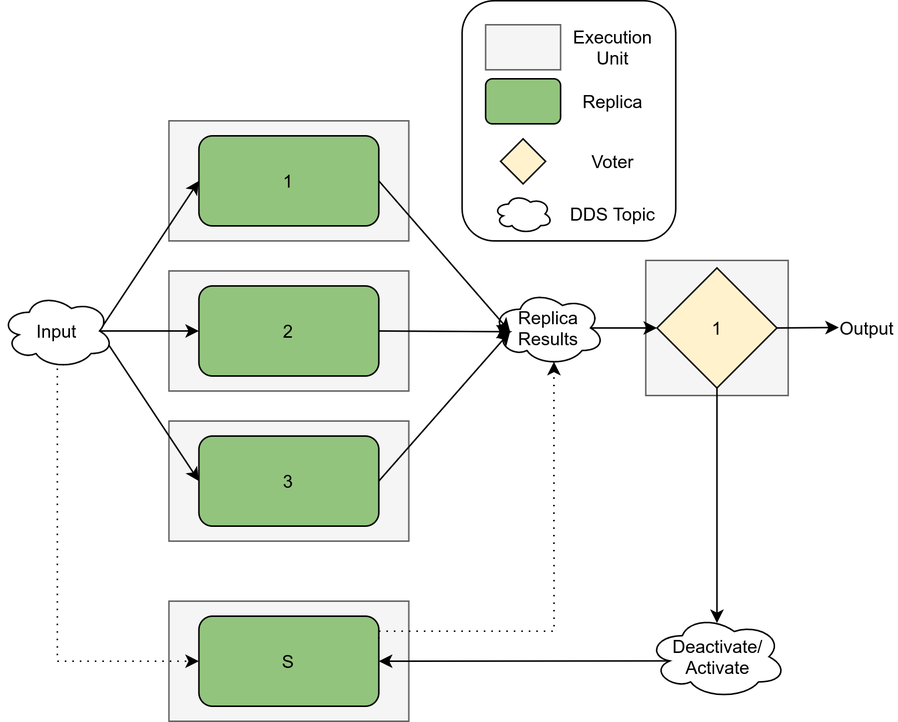
Boffmann/masterThesis keeps this draw.io diagram as images/TMRWithSparesDDS.png. Above is the earlier version. Source tidied: cells renumbered, new cells last; positions are measured from the earlier drawing's top-left corner, leaving out a move shared by most shapes. The source it was exported from:
```xml
<mxGraphModel>
  <root>
    <mxCell id="0" />
    <mxCell id="1" parent="0" />
    <mxCell id="2" style="rounded=0;whiteSpace=wrap;html=1;fillColor=#f5f5f5;strokeColor=#666666;fontColor=#333333;" parent="1" vertex="1">
      <mxGeometry x="430.2" y="173" width="95" height="90" as="geometry" />
    </mxCell>
    <mxCell id="3" style="rounded=0;whiteSpace=wrap;html=1;fillColor=#f5f5f5;strokeColor=#666666;fontColor=#333333;" parent="1" vertex="1">
      <mxGeometry x="112.2" y="180" width="160" height="80" as="geometry" />
    </mxCell>
    <mxCell id="4" style="rounded=0;whiteSpace=wrap;html=1;fillColor=#f5f5f5;strokeColor=#666666;fontColor=#333333;" parent="1" vertex="1">
      <mxGeometry x="112.2" y="80" width="160" height="80" as="geometry" />
    </mxCell>
    <mxCell id="5" value="1" style="rounded=1;whiteSpace=wrap;html=1;fillColor=#93C47D;" parent="1" vertex="1">
      <mxGeometry x="132.2" y="90" width="120" height="60" as="geometry" />
    </mxCell>
    <mxCell id="6" value="2" style="rounded=1;whiteSpace=wrap;html=1;fillColor=#93C47D;" parent="1" vertex="1">
      <mxGeometry x="132.2" y="190" width="120" height="60" as="geometry" />
    </mxCell>
    <mxCell id="7" value="1" style="rhombus;whiteSpace=wrap;html=1;fillColor=#FFF2CC;" parent="1" vertex="1">
      <mxGeometry x="437.8" y="178" width="80" height="80" as="geometry" />
    </mxCell>
    <mxCell id="8" style="endArrow=classic;html=1;exitX=0.875;exitY=0.5;exitDx=0;exitDy=0;entryX=0;entryY=0.5;entryDx=0;entryDy=0;exitPerimeter=0;" parent="1" edge="1" source="21" target="5">
      <mxGeometry relative="1" as="geometry" />
    </mxCell>
    <mxCell id="9" style="endArrow=classic;html=1;exitX=0.875;exitY=0.5;exitDx=0;exitDy=0;entryX=0;entryY=0.5;entryDx=0;entryDy=0;exitPerimeter=0;" parent="1" edge="1" source="21" target="6">
      <mxGeometry relative="1" as="geometry" />
    </mxCell>
    <mxCell id="10" value="Output" style="text;html=1;strokeColor=none;fillColor=none;align=center;verticalAlign=middle;whiteSpace=wrap;rounded=0;" parent="1" vertex="1">
      <mxGeometry x="557.8" y="208" width="40" height="20" as="geometry" />
    </mxCell>
    <mxCell id="11" style="rounded=0;whiteSpace=wrap;html=1;fillColor=#f5f5f5;strokeColor=#666666;fontColor=#333333;" parent="1" vertex="1">
      <mxGeometry x="112.2" y="280" width="160" height="80" as="geometry" />
    </mxCell>
    <mxCell id="12" value="3" style="rounded=1;whiteSpace=wrap;html=1;fillColor=#93C47D;" parent="1" vertex="1">
      <mxGeometry x="132.2" y="290" width="120" height="60" as="geometry" />
    </mxCell>
    <mxCell id="13" style="endArrow=classic;html=1;exitX=0.875;exitY=0.5;exitDx=0;exitDy=0;entryX=0;entryY=0.5;entryDx=0;entryDy=0;exitPerimeter=0;" parent="1" edge="1" source="21" target="12">
      <mxGeometry relative="1" as="geometry" />
    </mxCell>
    <mxCell id="14" style="rounded=1;whiteSpace=wrap;html=1;" parent="1" vertex="1">
      <mxGeometry x="307.8" width="142.5" height="160" as="geometry" />
    </mxCell>
    <mxCell id="15" style="rounded=0;whiteSpace=wrap;html=1;fillColor=#f5f5f5;strokeColor=#666666;fontColor=#333333;" parent="1" vertex="1">
      <mxGeometry x="323.4" y="16" width="50" height="30" as="geometry" />
    </mxCell>
    <mxCell id="16" value="Execution&lt;br&gt;Unit" style="text;html=1;align=center;verticalAlign=middle;" parent="1" vertex="1">
      <mxGeometry x="373.4" y="16" width="70" height="30" as="geometry" />
    </mxCell>
    <mxCell id="17" style="rounded=1;whiteSpace=wrap;html=1;fillColor=#93C47D;" parent="1" vertex="1">
      <mxGeometry x="323.4" y="52" width="50" height="30" as="geometry" />
    </mxCell>
    <mxCell id="18" value="Replica" style="text;html=1;align=center;verticalAlign=middle;" parent="1" vertex="1">
      <mxGeometry x="378.4" y="57" width="60" height="20" as="geometry" />
    </mxCell>
    <mxCell id="19" style="rhombus;whiteSpace=wrap;html=1;fillColor=#FFF2CC;" parent="1" vertex="1">
      <mxGeometry x="333.4" y="92" width="30" height="30" as="geometry" />
    </mxCell>
    <mxCell id="20" value="Voter" style="text;html=1;align=center;verticalAlign=middle;" parent="1" vertex="1">
      <mxGeometry x="388.4" y="97" width="40" height="20" as="geometry" />
    </mxCell>
    <mxCell id="21" value="Input" style="ellipse;shape=cloud;whiteSpace=wrap;html=1;" parent="1" vertex="1">
      <mxGeometry x="0.2" y="195" width="75" height="50" as="geometry" />
    </mxCell>
    <mxCell id="22" value="Replica&lt;br&gt;Results" style="ellipse;shape=cloud;whiteSpace=wrap;html=1;" parent="1" vertex="1">
      <mxGeometry x="327.8" y="193" width="75" height="50" as="geometry" />
    </mxCell>
    <mxCell id="23" style="endArrow=classic;html=1;entryX=0.16;entryY=0.55;entryDx=0;entryDy=0;exitX=1;exitY=0.5;exitDx=0;exitDy=0;entryPerimeter=0;" parent="1" edge="1" source="5" target="22">
      <mxGeometry relative="1" as="geometry" />
    </mxCell>
    <mxCell id="24" style="endArrow=classic;html=1;entryX=0.16;entryY=0.55;entryDx=0;entryDy=0;exitX=1;exitY=0.5;exitDx=0;exitDy=0;entryPerimeter=0;" parent="1" edge="1" source="6" target="22">
      <mxGeometry relative="1" as="geometry" />
    </mxCell>
    <mxCell id="25" style="endArrow=classic;html=1;exitX=1;exitY=0.5;exitDx=0;exitDy=0;entryX=0.16;entryY=0.55;entryDx=0;entryDy=0;entryPerimeter=0;" parent="1" edge="1" source="12" target="22">
      <mxGeometry relative="1" as="geometry" />
    </mxCell>
    <mxCell id="26" style="endArrow=classic;html=1;entryX=0.033;entryY=0.484;entryDx=0;entryDy=0;entryPerimeter=0;exitX=1;exitY=0.5;exitDx=0;exitDy=0;" parent="1" edge="1" source="7" target="10">
      <mxGeometry relative="1" as="geometry" />
    </mxCell>
    <mxCell id="27" style="endArrow=classic;html=1;exitX=0.875;exitY=0.5;exitDx=0;exitDy=0;exitPerimeter=0;entryX=0;entryY=0.5;entryDx=0;entryDy=0;" parent="1" edge="1" source="22" target="7">
      <mxGeometry relative="1" as="geometry" />
    </mxCell>
    <mxCell id="28" style="ellipse;shape=cloud;whiteSpace=wrap;html=1;" parent="1" vertex="1">
      <mxGeometry x="328.9" y="129" width="39" height="26" as="geometry" />
    </mxCell>
    <mxCell id="29" value="DDS Topic" style="text;html=1;align=center;verticalAlign=middle;" parent="1" vertex="1">
      <mxGeometry x="373.4" y="132" width="70" height="20" as="geometry" />
    </mxCell>
    <mxCell id="30" style="rounded=0;whiteSpace=wrap;html=1;fillColor=#f5f5f5;strokeColor=#666666;fontColor=#333333;" parent="1" vertex="1">
      <mxGeometry x="112.2" y="400" width="160" height="80" as="geometry" />
    </mxCell>
    <mxCell id="31" value="S" style="rounded=1;whiteSpace=wrap;html=1;fillColor=#93C47D;" parent="1" vertex="1">
      <mxGeometry x="132.2" y="410" width="120" height="60" as="geometry" />
    </mxCell>
    <mxCell id="32" style="edgeStyle=orthogonalEdgeStyle;rounded=0;jettySize=auto;html=1;entryX=0;entryY=0.5;entryDx=0;entryDy=0;dashed=1;dashPattern=1 4;" parent="1" edge="1" source="21" target="31">
      <mxGeometry relative="1" as="geometry">
        <Array as="points">
          <mxPoint x="37.8" y="440" />
        </Array>
      </mxGeometry>
    </mxCell>
    <mxCell id="33" style="edgeStyle=orthogonalEdgeStyle;rounded=0;jettySize=auto;html=1;entryX=0.55;entryY=0.95;entryDx=0;entryDy=0;entryPerimeter=0;dashed=1;dashPattern=1 4;exitX=1;exitY=0.25;exitDx=0;exitDy=0;" parent="1" edge="1" source="31" target="22">
      <mxGeometry relative="1" as="geometry">
        <Array as="points">
          <mxPoint x="251.8" y="420" />
          <mxPoint x="368.8" y="420" />
        </Array>
      </mxGeometry>
    </mxCell>
    <mxCell id="34" value="Deactivate/&lt;br&gt;Activate" style="ellipse;shape=cloud;whiteSpace=wrap;html=1;" parent="1" vertex="1">
      <mxGeometry x="431.5" y="409" width="92.5" height="56" as="geometry" />
    </mxCell>
    <mxCell id="35" style="endArrow=classic;html=1;exitX=0.16;exitY=0.55;exitDx=0;exitDy=0;exitPerimeter=0;entryX=1;entryY=0.5;entryDx=0;entryDy=0;" parent="1" edge="1" source="34" target="31">
      <mxGeometry relative="1" as="geometry" />
    </mxCell>
    <mxCell id="36" style="endArrow=classic;html=1;exitX=0.5;exitY=1;exitDx=0;exitDy=0;entryX=0.5;entryY=0.1;entryDx=0;entryDy=0;entryPerimeter=0;" parent="1" edge="1" source="7" target="34">
      <mxGeometry relative="1" as="geometry" />
    </mxCell>
  </root>
</mxGraphModel>
```
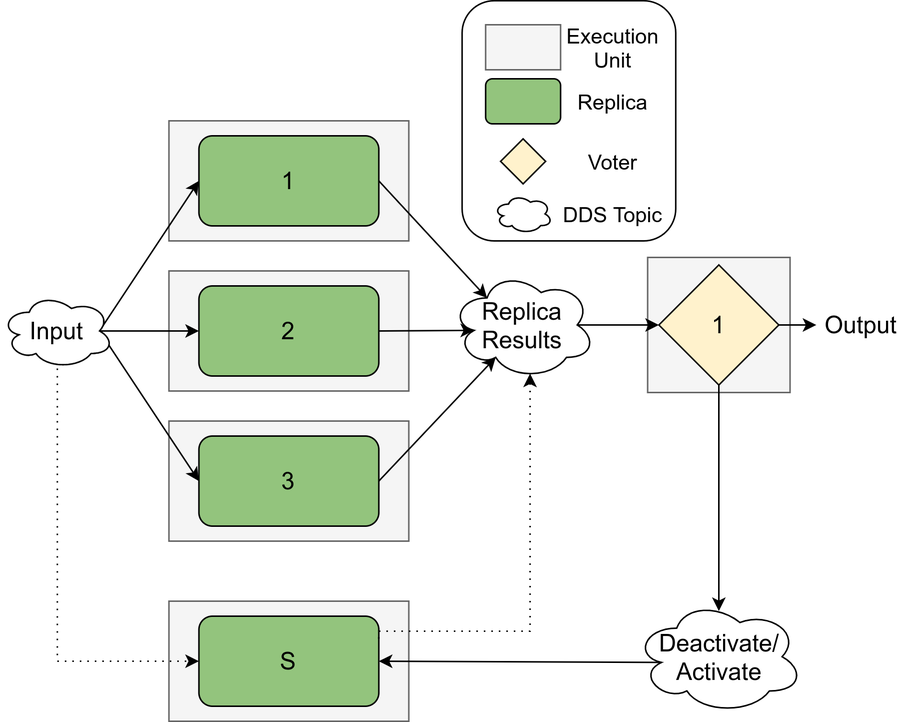
Later version of the same file.

What changed in the source:
```diff
@@ -3,7 +3,7 @@
     <mxCell id="0" />
     <mxCell id="1" parent="0" />
     <mxCell id="2" style="rounded=0;whiteSpace=wrap;html=1;fillColor=#f5f5f5;strokeColor=#666666;fontColor=#333333;" parent="1" vertex="1">
-      <mxGeometry x="430.2" y="173" width="95" height="90" as="geometry" />
+      <mxGeometry x="431.5" y="171" width="95" height="90" as="geometry" />
     </mxCell>
     <mxCell id="3" style="rounded=0;whiteSpace=wrap;html=1;fillColor=#f5f5f5;strokeColor=#666666;fontColor=#333333;" parent="1" vertex="1">
       <mxGeometry x="112.2" y="180" width="160" height="80" as="geometry" />
@@ -11,14 +11,14 @@
     <mxCell id="4" style="rounded=0;whiteSpace=wrap;html=1;fillColor=#f5f5f5;strokeColor=#666666;fontColor=#333333;" parent="1" vertex="1">
       <mxGeometry x="112.2" y="80" width="160" height="80" as="geometry" />
     </mxCell>
-    <mxCell id="5" value="1" style="rounded=1;whiteSpace=wrap;html=1;fillColor=#93C47D;" parent="1" vertex="1">
+    <mxCell id="5" value="&lt;font style=&quot;font-size: 16px&quot;&gt;1&lt;/font&gt;" style="rounded=1;whiteSpace=wrap;html=1;fillColor=#93C47D;" parent="1" vertex="1">
       <mxGeometry x="132.2" y="90" width="120" height="60" as="geometry" />
     </mxCell>
-    <mxCell id="6" value="2" style="rounded=1;whiteSpace=wrap;html=1;fillColor=#93C47D;" parent="1" vertex="1">
+    <mxCell id="6" value="&lt;font style=&quot;font-size: 16px&quot;&gt;2&lt;/font&gt;" style="rounded=1;whiteSpace=wrap;html=1;fillColor=#93C47D;" parent="1" vertex="1">
       <mxGeometry x="132.2" y="190" width="120" height="60" as="geometry" />
     </mxCell>
-    <mxCell id="7" value="1" style="rhombus;whiteSpace=wrap;html=1;fillColor=#FFF2CC;" parent="1" vertex="1">
-      <mxGeometry x="437.8" y="178" width="80" height="80" as="geometry" />
+    <mxCell id="7" value="&lt;font style=&quot;font-size: 16px&quot;&gt;1&lt;/font&gt;" style="rhombus;whiteSpace=wrap;html=1;fillColor=#FFF2CC;" parent="1" vertex="1">
+      <mxGeometry x="439" y="176" width="80" height="80" as="geometry" />
     </mxCell>
     <mxCell id="8" style="endArrow=classic;html=1;exitX=0.875;exitY=0.5;exitDx=0;exitDy=0;entryX=0;entryY=0.5;entryDx=0;entryDy=0;exitPerimeter=0;" parent="1" edge="1" source="21" target="5">
       <mxGeometry relative="1" as="geometry" />
@@ -26,13 +26,13 @@
     <mxCell id="9" style="endArrow=classic;html=1;exitX=0.875;exitY=0.5;exitDx=0;exitDy=0;entryX=0;entryY=0.5;entryDx=0;entryDy=0;exitPerimeter=0;" parent="1" edge="1" source="21" target="6">
       <mxGeometry relative="1" as="geometry" />
     </mxCell>
-    <mxCell id="10" value="Output" style="text;html=1;strokeColor=none;fillColor=none;align=center;verticalAlign=middle;whiteSpace=wrap;rounded=0;" parent="1" vertex="1">
-      <mxGeometry x="557.8" y="208" width="40" height="20" as="geometry" />
+    <mxCell id="10" value="&lt;font style=&quot;font-size: 16px&quot;&gt;Output&lt;/font&gt;" style="text;html=1;strokeColor=none;fillColor=none;align=center;verticalAlign=middle;whiteSpace=wrap;rounded=0;" parent="1" vertex="1">
+      <mxGeometry x="554" y="206" width="40" height="20" as="geometry" />
     </mxCell>
     <mxCell id="11" style="rounded=0;whiteSpace=wrap;html=1;fillColor=#f5f5f5;strokeColor=#666666;fontColor=#333333;" parent="1" vertex="1">
       <mxGeometry x="112.2" y="280" width="160" height="80" as="geometry" />
     </mxCell>
-    <mxCell id="12" value="3" style="rounded=1;whiteSpace=wrap;html=1;fillColor=#93C47D;" parent="1" vertex="1">
+    <mxCell id="12" value="&lt;font style=&quot;font-size: 16px&quot;&gt;3&lt;/font&gt;" style="rounded=1;whiteSpace=wrap;html=1;fillColor=#93C47D;" parent="1" vertex="1">
       <mxGeometry x="132.2" y="290" width="120" height="60" as="geometry" />
     </mxCell>
     <mxCell id="13" style="endArrow=classic;html=1;exitX=0.875;exitY=0.5;exitDx=0;exitDy=0;entryX=0;entryY=0.5;entryDx=0;entryDy=0;exitPerimeter=0;" parent="1" edge="1" source="21" target="12">
@@ -44,38 +44,40 @@
     <mxCell id="15" style="rounded=0;whiteSpace=wrap;html=1;fillColor=#f5f5f5;strokeColor=#666666;fontColor=#333333;" parent="1" vertex="1">
       <mxGeometry x="323.4" y="16" width="50" height="30" as="geometry" />
     </mxCell>
-    <mxCell id="16" value="Execution&lt;br&gt;Unit" style="text;html=1;align=center;verticalAlign=middle;" parent="1" vertex="1">
-      <mxGeometry x="373.4" y="16" width="70" height="30" as="geometry" />
+    <mxCell id="16" value="&lt;font style=&quot;font-size: 14px&quot;&gt;Execution&lt;br&gt;Unit&lt;/font&gt;" style="text;html=1;align=center;verticalAlign=middle;" parent="1" vertex="1">
+      <mxGeometry x="368.4" y="11" width="80" height="40" as="geometry" />
     </mxCell>
     <mxCell id="17" style="rounded=1;whiteSpace=wrap;html=1;fillColor=#93C47D;" parent="1" vertex="1">
       <mxGeometry x="323.4" y="52" width="50" height="30" as="geometry" />
     </mxCell>
-    <mxCell id="18" value="Replica" style="text;html=1;align=center;verticalAlign=middle;" parent="1" vertex="1">
+    <mxCell id="18" value="&lt;font style=&quot;font-size: 14px&quot;&gt;Replica&lt;/font&gt;" style="text;html=1;align=center;verticalAlign=middle;" parent="1" vertex="1">
       <mxGeometry x="378.4" y="57" width="60" height="20" as="geometry" />
     </mxCell>
     <mxCell id="19" style="rhombus;whiteSpace=wrap;html=1;fillColor=#FFF2CC;" parent="1" vertex="1">
       <mxGeometry x="333.4" y="92" width="30" height="30" as="geometry" />
     </mxCell>
-    <mxCell id="20" value="Voter" style="text;html=1;align=center;verticalAlign=middle;" parent="1" vertex="1">
-      <mxGeometry x="388.4" y="97" width="40" height="20" as="geometry" />
+    <mxCell id="20" value="&lt;font style=&quot;font-size: 14px&quot;&gt;Voter&lt;/font&gt;" style="text;html=1;align=center;verticalAlign=middle;" parent="1" vertex="1">
+      <mxGeometry x="383.4" y="97" width="50" height="20" as="geometry" />
     </mxCell>
-    <mxCell id="21" value="Input" style="ellipse;shape=cloud;whiteSpace=wrap;html=1;" parent="1" vertex="1">
+    <mxCell id="21" value="&lt;font style=&quot;font-size: 16px&quot;&gt;Input&lt;/font&gt;" style="ellipse;shape=cloud;whiteSpace=wrap;html=1;" parent="1" vertex="1">
       <mxGeometry x="0.2" y="195" width="75" height="50" as="geometry" />
     </mxCell>
-    <mxCell id="22" value="Replica&lt;br&gt;Results" style="ellipse;shape=cloud;whiteSpace=wrap;html=1;" parent="1" vertex="1">
-      <mxGeometry x="327.8" y="193" width="75" height="50" as="geometry" />
+    <mxCell id="22" value="&lt;font style=&quot;font-size: 16px&quot;&gt;Replica&lt;br&gt;Results&lt;/font&gt;" style="ellipse;shape=cloud;whiteSpace=wrap;html=1;" parent="1" vertex="1">
+      <mxGeometry x="300.3" y="180" width="96.2" height="72" as="geometry" />
     </mxCell>
-    <mxCell id="23" style="endArrow=classic;html=1;entryX=0.16;entryY=0.55;entryDx=0;entryDy=0;exitX=1;exitY=0.5;exitDx=0;exitDy=0;entryPerimeter=0;" parent="1" edge="1" source="5" target="22">
+    <mxCell id="23" style="endArrow=classic;html=1;exitX=1;exitY=0.5;exitDx=0;exitDy=0;entryX=0.25;entryY=0.25;entryDx=0;entryDy=0;entryPerimeter=0;" parent="1" edge="1" source="5" target="22">
       <mxGeometry relative="1" as="geometry" />
     </mxCell>
-    <mxCell id="24" style="endArrow=classic;html=1;entryX=0.16;entryY=0.55;entryDx=0;entryDy=0;exitX=1;exitY=0.5;exitDx=0;exitDy=0;entryPerimeter=0;" parent="1" edge="1" source="6" target="22">
+    <mxCell id="24" style="endArrow=classic;html=1;exitX=1;exitY=0.5;exitDx=0;exitDy=0;entryX=0.16;entryY=0.55;entryDx=0;entryDy=0;entryPerimeter=0;" parent="1" edge="1" source="6" target="22">
       <mxGeometry relative="1" as="geometry" />
     </mxCell>
-    <mxCell id="25" style="endArrow=classic;html=1;exitX=1;exitY=0.5;exitDx=0;exitDy=0;entryX=0.16;entryY=0.55;entryDx=0;entryDy=0;entryPerimeter=0;" parent="1" edge="1" source="12" target="22">
+    <mxCell id="25" style="endArrow=classic;html=1;exitX=1;exitY=0.5;exitDx=0;exitDy=0;entryX=0.31;entryY=0.8;entryDx=0;entryDy=0;entryPerimeter=0;" parent="1" edge="1" source="12" target="22">
       <mxGeometry relative="1" as="geometry" />
     </mxCell>
-    <mxCell id="26" style="endArrow=classic;html=1;entryX=0.033;entryY=0.484;entryDx=0;entryDy=0;entryPerimeter=0;exitX=1;exitY=0.5;exitDx=0;exitDy=0;" parent="1" edge="1" source="7" target="10">
-      <mxGeometry relative="1" as="geometry" />
+    <mxCell id="26" style="endArrow=classic;html=1;exitX=1;exitY=0.5;exitDx=0;exitDy=0;" parent="1" edge="1" source="7">
+      <mxGeometry relative="1" as="geometry">
+        <mxPoint x="544" y="216" as="targetPoint" />
+      </mxGeometry>
     </mxCell>
     <mxCell id="27" style="endArrow=classic;html=1;exitX=0.875;exitY=0.5;exitDx=0;exitDy=0;exitPerimeter=0;entryX=0;entryY=0.5;entryDx=0;entryDy=0;" parent="1" edge="1" source="22" target="7">
       <mxGeometry relative="1" as="geometry" />
@@ -83,13 +85,13 @@
     <mxCell id="28" style="ellipse;shape=cloud;whiteSpace=wrap;html=1;" parent="1" vertex="1">
       <mxGeometry x="328.9" y="129" width="39" height="26" as="geometry" />
     </mxCell>
-    <mxCell id="29" value="DDS Topic" style="text;html=1;align=center;verticalAlign=middle;" parent="1" vertex="1">
-      <mxGeometry x="373.4" y="132" width="70" height="20" as="geometry" />
+    <mxCell id="29" value="&lt;font style=&quot;font-size: 14px&quot;&gt;DDS Topic&lt;/font&gt;" style="text;html=1;align=center;verticalAlign=middle;" parent="1" vertex="1">
+      <mxGeometry x="368.4" y="132" width="80" height="20" as="geometry" />
     </mxCell>
     <mxCell id="30" style="rounded=0;whiteSpace=wrap;html=1;fillColor=#f5f5f5;strokeColor=#666666;fontColor=#333333;" parent="1" vertex="1">
       <mxGeometry x="112.2" y="400" width="160" height="80" as="geometry" />
     </mxCell>
-    <mxCell id="31" value="S" style="rounded=1;whiteSpace=wrap;html=1;fillColor=#93C47D;" parent="1" vertex="1">
+    <mxCell id="31" value="&lt;font style=&quot;font-size: 16px&quot;&gt;S&lt;/font&gt;" style="rounded=1;whiteSpace=wrap;html=1;fillColor=#93C47D;" parent="1" vertex="1">
       <mxGeometry x="132.2" y="410" width="120" height="60" as="geometry" />
     </mxCell>
     <mxCell id="32" style="edgeStyle=orthogonalEdgeStyle;rounded=0;jettySize=auto;html=1;entryX=0;entryY=0.5;entryDx=0;entryDy=0;dashed=1;dashPattern=1 4;" parent="1" edge="1" source="21" target="31">
@@ -102,13 +104,14 @@
     <mxCell id="33" style="edgeStyle=orthogonalEdgeStyle;rounded=0;jettySize=auto;html=1;entryX=0.55;entryY=0.95;entryDx=0;entryDy=0;entryPerimeter=0;dashed=1;dashPattern=1 4;exitX=1;exitY=0.25;exitDx=0;exitDy=0;" parent="1" edge="1" source="31" target="22">
       <mxGeometry relative="1" as="geometry">
         <Array as="points">
-          <mxPoint x="251.8" y="420" />
-          <mxPoint x="368.8" y="420" />
+          <mxPoint x="252" y="420" />
+          <mxPoint x="353" y="420" />
+          <mxPoint x="353" y="248" />
         </Array>
       </mxGeometry>
     </mxCell>
-    <mxCell id="34" value="Deactivate/&lt;br&gt;Activate" style="ellipse;shape=cloud;whiteSpace=wrap;html=1;" parent="1" vertex="1">
-      <mxGeometry x="431.5" y="409" width="92.5" height="56" as="geometry" />
+    <mxCell id="34" value="&lt;font style=&quot;font-size: 16px&quot;&gt;Deactivate/&lt;br&gt;Activate&lt;/font&gt;" style="ellipse;shape=cloud;whiteSpace=wrap;html=1;" parent="1" vertex="1">
+      <mxGeometry x="422.8" y="399" width="112.5" height="76" as="geometry" />
     </mxCell>
     <mxCell id="35" style="endArrow=classic;html=1;exitX=0.16;exitY=0.55;exitDx=0;exitDy=0;exitPerimeter=0;entryX=1;entryY=0.5;entryDx=0;entryDy=0;" parent="1" edge="1" source="34" target="31">
       <mxGeometry relative="1" as="geometry" />
```
